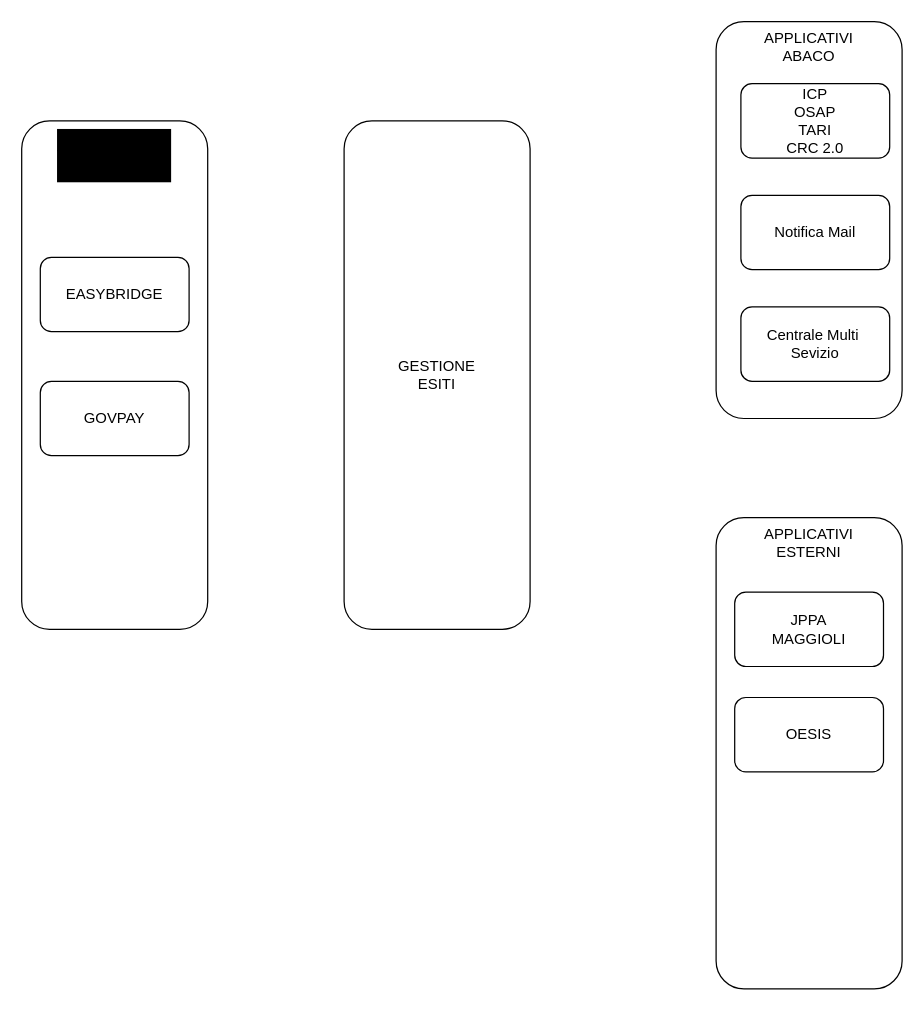
Before: Notifiche PagoPA.drawio in marcogarbujoabaco/drawio, a draw.io diagram. Source tidied: cells renumbered, new cells numbered last; positions are measured from the earlier drawing's top-left corner, leaving out a move shared by most shapes. Both pictures are drawn from the tidied source at 124%, with x=0, y=0 at pixel (21, 21).
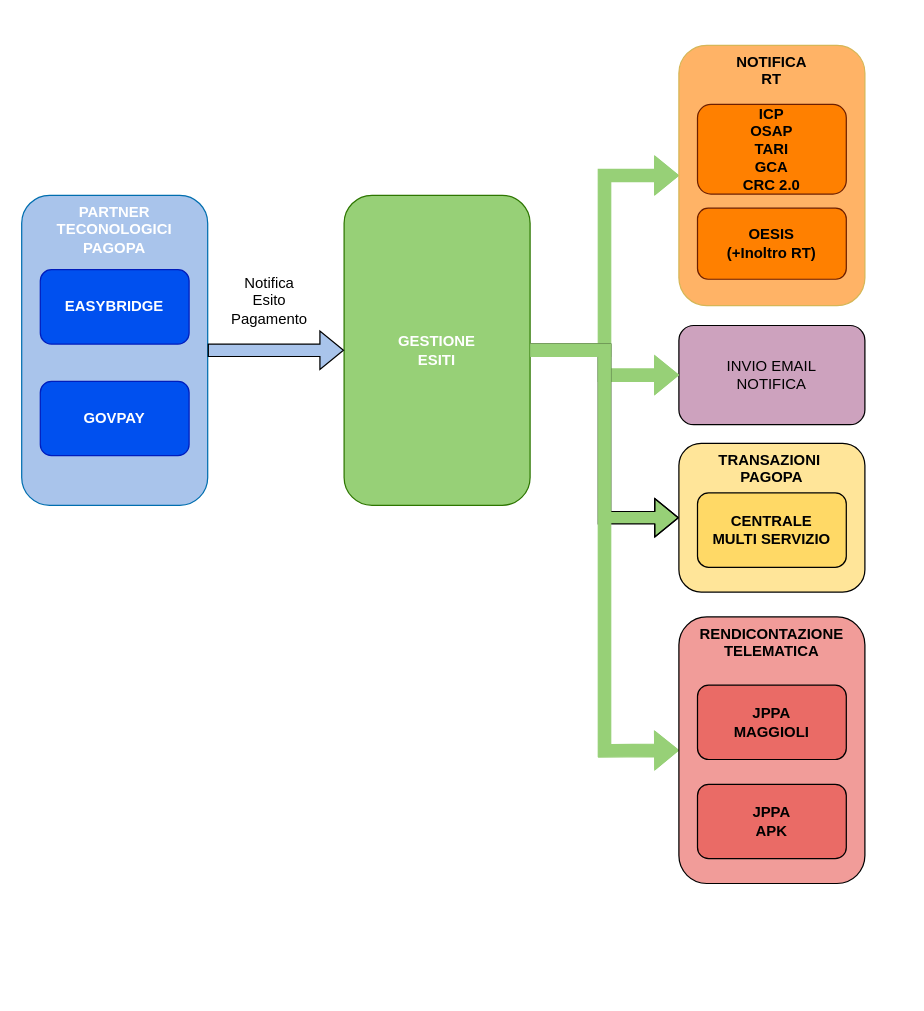
The same page after the edit.

The edit, as a diff of the source:
```diff
@@
-    <mxCell id="2" value="PARTNER&lt;div&gt;TECONOLOGICI&lt;/div&gt;&lt;div&gt;PAGOPA&lt;/div&gt;" style="rounded=1;whiteSpace=wrap;html=1;verticalAlign=top;labelBackgroundColor=light-dark(#000000,#46A4EC);" parent="1" vertex="1">
-      <mxGeometry y="80" width="150" height="410" as="geometry" />
+    <mxCell id="2" value="PARTNER&lt;div&gt;TECONOLOGICI&lt;/div&gt;&lt;div&gt;PAGOPA&lt;/div&gt;" style="rounded=1;whiteSpace=wrap;html=1;verticalAlign=top;labelBackgroundColor=light-dark(default, #46a4ec);fillColor=light-dark(#A9C4EB,#A9C4EB);fontStyle=1;fontColor=#ffffff;strokeColor=#006EAF;" parent="1" vertex="1">
+      <mxGeometry y="140" width="150" height="250" as="geometry" />
     </mxCell>
-    <mxCell id="3" value="EASYBRIDGE" style="rounded=1;whiteSpace=wrap;html=1;" parent="1" vertex="1">
-      <mxGeometry x="15" y="190" width="120" height="60" as="geometry" />
+    <mxCell id="3" value="EASYBRIDGE" style="rounded=1;whiteSpace=wrap;html=1;fontStyle=1;fillColor=light-dark(#0050EF,#7EA6E0);fontColor=#ffffff;strokeColor=#001DBC;" parent="1" vertex="1">
+      <mxGeometry x="15" y="200" width="120" height="60" as="geometry" />
     </mxCell>
-    <mxCell id="4" value="GOVPAY" style="rounded=1;whiteSpace=wrap;html=1;" parent="1" vertex="1">
+    <mxCell id="4" value="GOVPAY" style="rounded=1;whiteSpace=wrap;html=1;fontStyle=1;fillColor=light-dark(#0050EF,#7EA6E0);fontColor=#ffffff;strokeColor=#001DBC;" parent="1" vertex="1">
       <mxGeometry x="15" y="290" width="120" height="60" as="geometry" />
     </mxCell>
-    <mxCell id="5" value="GESTIONE&lt;div&gt;ESITI&lt;/div&gt;" style="rounded=1;whiteSpace=wrap;html=1;" parent="1" vertex="1">
-      <mxGeometry x="260" y="80" width="150" height="410" as="geometry" />
+    <mxCell id="5" value="GESTIONE&lt;div&gt;ESITI&lt;/div&gt;" style="rounded=1;whiteSpace=wrap;html=1;fillColor=light-dark(#97D077,#97D077);fontColor=light-dark(#FFFFFF,#000000);strokeColor=#2D7600;fontStyle=1;" parent="1" vertex="1">
+      <mxGeometry x="260" y="140" width="150" height="250" as="geometry" />
     </mxCell>
+    <mxCell id="13" style="shape=flexArrow;endArrow=classic;html=1;rounded=0;exitX=1;exitY=0.5;exitDx=0;exitDy=0;entryX=0;entryY=0.5;entryDx=0;entryDy=0;fillColor=light-dark(#A9C4EB,#A9C4EB);" parent="1" edge="1" source="2" target="5">
+      <mxGeometry relative="1" as="geometry" />
+    </mxCell>
+    <mxCell id="14" value="Notifica Esito Pagamento" style="text;html=1;whiteSpace=wrap;strokeColor=none;fillColor=none;align=center;verticalAlign=middle;rounded=0;" parent="1" vertex="1">
+      <mxGeometry x="170" y="210" width="60" height="30" as="geometry" />
+    </mxCell>
+    <mxCell id="15" style="group;fillColor=default;" parent="1" vertex="1">
+      <mxGeometry x="530" y="30" width="150" height="320" as="geometry" />
+    </mxCell>
+    <mxCell id="16" style="shape=flexArrow;endArrow=classic;html=1;rounded=0;exitX=1;exitY=0.5;exitDx=0;exitDy=0;entryX=0;entryY=0.5;entryDx=0;entryDy=0;fillColor=light-dark(#97D077,#97D077);strokeColor=light-dark(#97D077,#97D077);" parent="1" edge="1" source="5" target="6">
+      <mxGeometry relative="1" as="geometry">
+        <Array as="points">
+          <mxPoint x="470" y="265" />
+          <mxPoint x="470" y="124" />
+        </Array>
+      </mxGeometry>
+    </mxCell>
+    <mxCell id="17" value="INVIO EMAIL&lt;div&gt;NOTIFICA&lt;/div&gt;" style="rounded=1;whiteSpace=wrap;html=1;verticalAlign=middle;fillColor=light-dark(#CDA2BE,#CDA2BE);fontColor=light-dark(#000000,#000000);strokeColor=light-dark(#000000,#EA6B66);" parent="1" vertex="1">
+      <mxGeometry x="530" y="245" width="150" height="80" as="geometry" />
+    </mxCell>
+    <mxCell id="18" style="shape=flexArrow;endArrow=classic;html=1;rounded=0;entryX=0;entryY=0.5;entryDx=0;entryDy=0;fillColor=light-dark(#97D077,#97D077);exitX=1;exitY=0.5;exitDx=0;exitDy=0;strokeColor=light-dark(#97D077,#97D077);" parent="1" edge="1" source="5" target="17">
+      <mxGeometry relative="1" as="geometry">
+        <Array as="points">
+          <mxPoint x="470" y="265" />
+          <mxPoint x="470" y="285" />
+        </Array>
+      </mxGeometry>
+    </mxCell>
+    <mxCell id="19" style="shape=flexArrow;endArrow=classic;html=1;rounded=0;exitX=1;exitY=0.5;exitDx=0;exitDy=0;entryX=0;entryY=0.5;entryDx=0;entryDy=0;fillColor=light-dark(#97D077,#97D077);" parent="1" edge="1" source="5" target="22">
+      <mxGeometry relative="1" as="geometry">
+        <Array as="points">
+          <mxPoint x="470" y="265" />
+          <mxPoint x="470" y="400" />
+        </Array>
+      </mxGeometry>
+    </mxCell>
+    <mxCell id="20" style="shape=flexArrow;endArrow=classic;html=1;rounded=0;exitX=1;exitY=0.5;exitDx=0;exitDy=0;entryX=0;entryY=0.5;entryDx=0;entryDy=0;fillColor=light-dark(#97D077,#97D077);strokeColor=light-dark(#97D077,#97D077);" parent="1" edge="1" source="5" target="7">
+      <mxGeometry relative="1" as="geometry">
+        <Array as="points">
+          <mxPoint x="470" y="265" />
+          <mxPoint x="470" y="588" />
+        </Array>
+      </mxGeometry>
+    </mxCell>
-    <mxCell id="6" value="APPLICATIVI&lt;div&gt;ABACO&lt;/div&gt;" style="rounded=1;whiteSpace=wrap;html=1;verticalAlign=top;" parent="1" vertex="1">
-      <mxGeometry x="560" width="150" height="320" as="geometry" />
+    <mxCell id="6" value="NOTIFICA&lt;div&gt;RT&lt;/div&gt;" style="rounded=1;whiteSpace=wrap;html=1;verticalAlign=top;fillColor=light-dark(#FFB366,#FFB366);strokeColor=#d6b656;gradientColor=none;fontColor=light-dark(#000000,#000000);fontStyle=1;" parent="1" vertex="1">
+      <mxGeometry x="530" y="19" width="150" height="210" as="geometry" />
     </mxCell>
+    <mxCell id="8" value="ICP&lt;div&gt;OSAP&lt;/div&gt;&lt;div&gt;TARI&lt;/div&gt;&lt;div&gt;GCA&lt;/div&gt;&lt;div&gt;CRC 2.0&lt;/div&gt;" style="rounded=1;whiteSpace=wrap;html=1;fillColor=light-dark(#FF8000,#FF8000);fontColor=light-dark(#000000,#000000);strokeColor=light-dark(#6D1F00,#994C00);gradientColor=none;fontStyle=1;" parent="1" vertex="1">
+      <mxGeometry x="545" y="66.7" width="120" height="72.3" as="geometry" />
+    </mxCell>
+    <mxCell id="21" value="OESIS&lt;div&gt;&lt;div&gt;(+Inoltro RT)&lt;/div&gt;&lt;/div&gt;" style="rounded=1;whiteSpace=wrap;html=1;fillColor=light-dark(#FF8000,#FF8000);fontColor=light-dark(#000000,#000000);strokeColor=light-dark(#6D1F00,#994C00);gradientColor=none;fontStyle=1;" parent="1" vertex="1">
+      <mxGeometry x="545" y="150.4" width="120" height="57.3" as="geometry" />
+    </mxCell>
+    <mxCell id="22" value="TRANSAZIONI&amp;nbsp;&lt;div&gt;PAGOPA&lt;/div&gt;" style="rounded=1;whiteSpace=wrap;html=1;verticalAlign=top;fillColor=light-dark(#FFE599,#FFE599);fontColor=light-dark(#000000,#000000);strokeColor=light-dark(#000000,#EA6B66);fontStyle=1;" parent="1" vertex="1">
+      <mxGeometry x="530" y="340" width="150" height="120" as="geometry" />
+    </mxCell>
+    <mxCell id="23" value="CENTRALE&lt;div&gt;MULTI SERVIZIO&lt;/div&gt;" style="rounded=1;whiteSpace=wrap;html=1;fillColor=light-dark(#FFD966,#FFD966);fontColor=light-dark(#000000,#000000);strokeColor=light-dark(#000000,#EA6B66);fontStyle=1;" parent="1" vertex="1">
+      <mxGeometry x="545" y="380" width="120" height="60" as="geometry" />
+    </mxCell>
-    <mxCell id="7" value="APPLICATIVI&lt;div&gt;ESTERNI&lt;/div&gt;" style="rounded=1;whiteSpace=wrap;html=1;verticalAlign=top;" parent="1" vertex="1">
-      <mxGeometry x="560" y="400" width="150" height="380" as="geometry" />
+    <mxCell id="7" value="RENDICONTAZIONE&lt;div&gt;TELEMATICA&lt;/div&gt;" style="rounded=1;whiteSpace=wrap;html=1;verticalAlign=top;fillColor=light-dark(#F19C99,#F19C99);fontColor=light-dark(#000000,#000000);strokeColor=light-dark(#000000,#EA6B66);fontStyle=1;" parent="1" vertex="1">
+      <mxGeometry x="530" y="480" width="150" height="215" as="geometry" />
     </mxCell>
-    <mxCell id="8" value="ICP&lt;div&gt;OSAP&lt;/div&gt;&lt;div&gt;TARI&lt;/div&gt;&lt;div&gt;CRC 2.0&lt;/div&gt;" style="rounded=1;whiteSpace=wrap;html=1;" parent="1" vertex="1">
-      <mxGeometry x="580" y="50" width="120" height="60" as="geometry" />
-    </mxCell>
-    <mxCell id="9" value="Notifica Mail" style="rounded=1;whiteSpace=wrap;html=1;" parent="1" vertex="1">
-      <mxGeometry x="580" y="140" width="120" height="60" as="geometry" />
-    </mxCell>
-    <mxCell id="10" value="Centrale Multi&amp;nbsp;&lt;div&gt;Sevizio&lt;/div&gt;" style="rounded=1;whiteSpace=wrap;html=1;" parent="1" vertex="1">
-      <mxGeometry x="580" y="230" width="120" height="60" as="geometry" />
-    </mxCell>
-    <mxCell id="11" value="JPPA&lt;div&gt;MAGGIOLI&lt;/div&gt;" style="rounded=1;whiteSpace=wrap;html=1;" parent="1" vertex="1">
-      <mxGeometry x="575" y="460" width="120" height="60" as="geometry" />
+    <mxCell id="11" value="JPPA&lt;div&gt;MAGGIOLI&lt;/div&gt;" style="rounded=1;whiteSpace=wrap;html=1;fillColor=light-dark(#EA6B66,#EA6B66);fontColor=light-dark(#000000,#000000);strokeColor=light-dark(#000000,#EA6B66);fontStyle=1;" parent="1" vertex="1">
+      <mxGeometry x="545" y="535" width="120" height="60" as="geometry" />
     </mxCell>
-    <mxCell id="12" value="OESIS" style="rounded=1;whiteSpace=wrap;html=1;" parent="1" vertex="1">
-      <mxGeometry x="575" y="545" width="120" height="60" as="geometry" />
-    </mxCell>
+    <mxCell id="24" value="JPPA&lt;div&gt;APK&lt;/div&gt;" style="rounded=1;whiteSpace=wrap;html=1;fillColor=light-dark(#EA6B66,#EA6B66);fontColor=light-dark(#000000,#000000);strokeColor=light-dark(#000000,#EA6B66);fontStyle=1;" parent="1" vertex="1">
+      <mxGeometry x="545" y="615" width="120" height="60" as="geometry" />
+    </mxCell>
```
